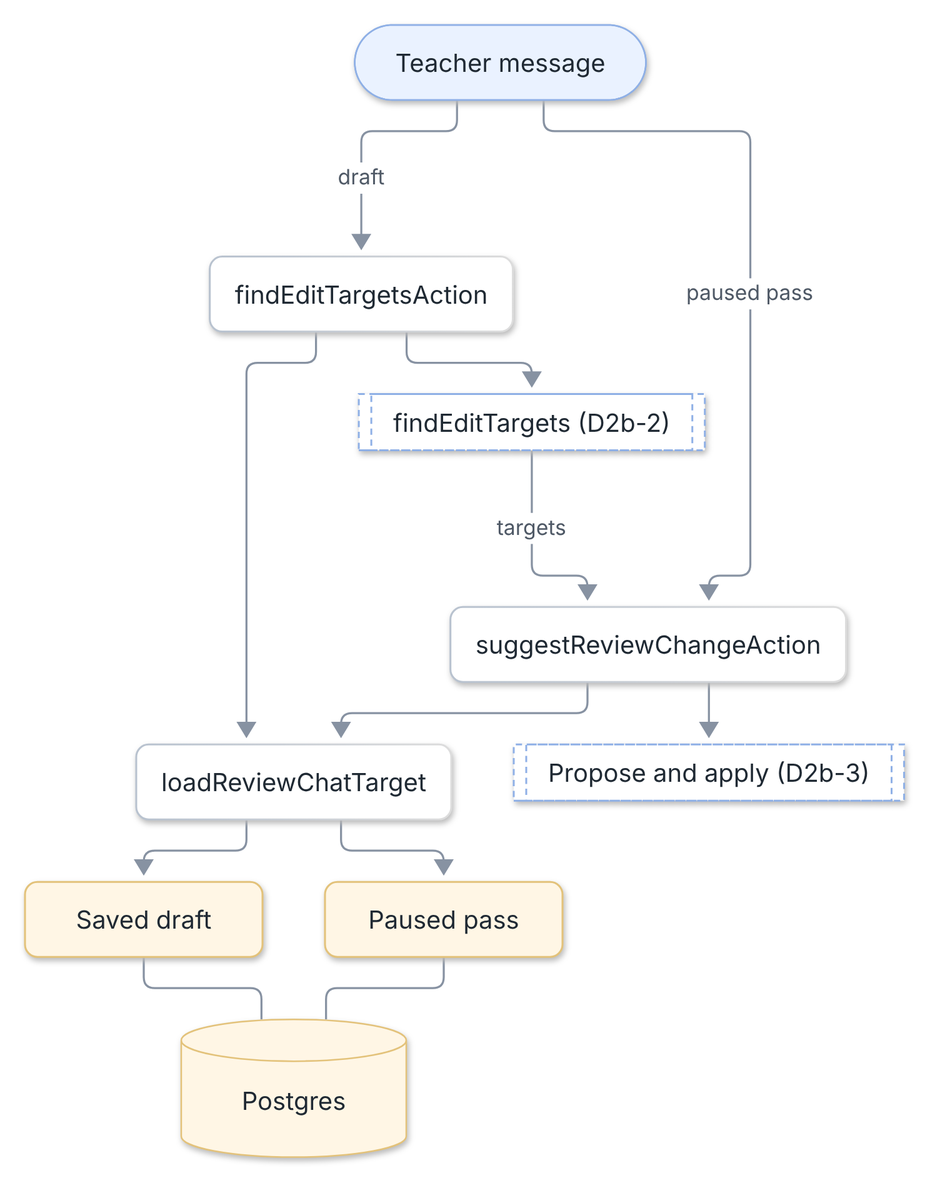
The Mermaid diagram docs/diagrams/png/d2b-1-edit-routing.png in damiancxliew/CS3216_Assignment3, before a commit. Its source is kept beside it as docs/diagrams/d2b-1-edit-routing.mmd.
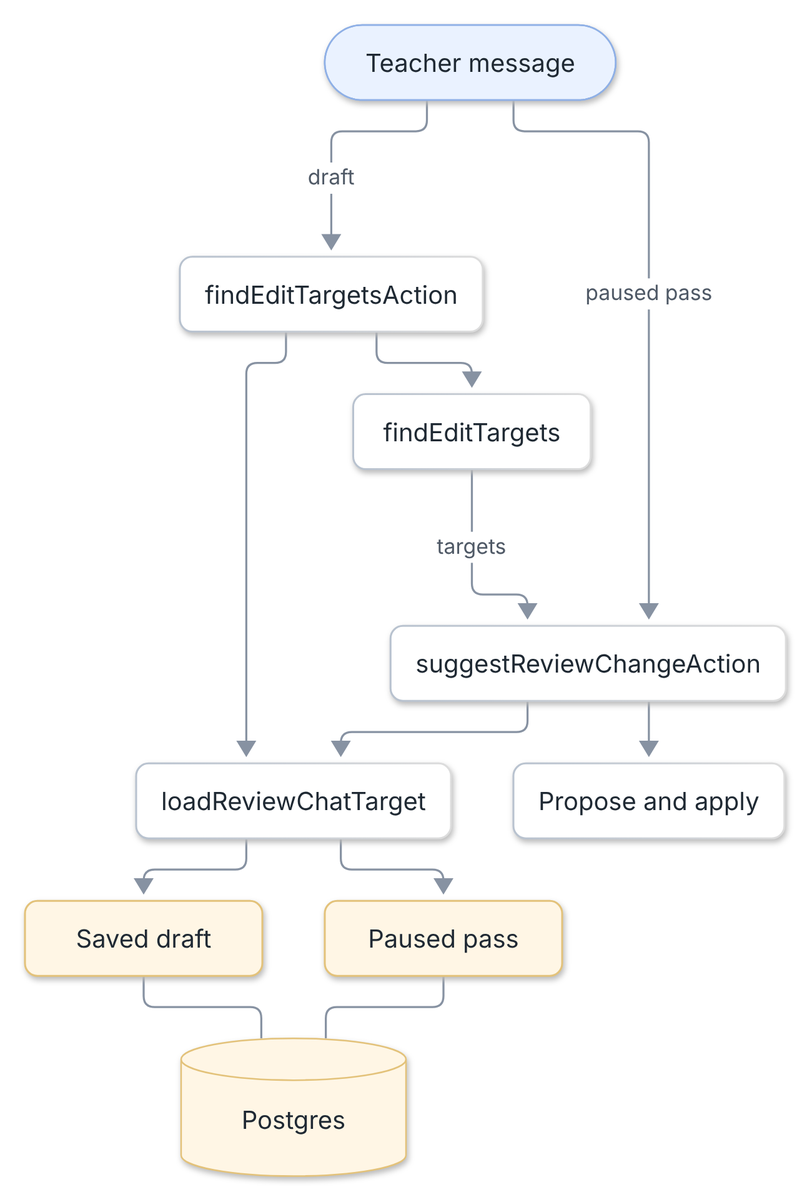
The same diagram one commit later.

Commit message:
docs: drop cross-diagram references from D2 and D2b-1

The edit, as a diff of the source:
```diff
@@ -1,17 +1,15 @@
 flowchart TB
   MSG(["Teacher message"])
   MSG -->|draft| FA["findEditTargetsAction"]
-  FA --> FET[["findEditTargets (D2b-2)"]]
+  FA --> FET["findEditTargets"]
   FET -->|targets| SUG
   MSG -->|"paused pass"| SUG["suggestReviewChangeAction"]
   FA & SUG --> LT["loadReviewChatTarget"]
   LT --> BD["Saved draft"] & BP["Paused pass"]
   BD & BP --- DB[("Postgres")]
-  SUG --> PROP[["Propose and apply (D2b-3)"]]
+  SUG --> PROP["Propose and apply"]
 
   classDef actor fill:#eaf2ff,stroke:#8fb0e6
   classDef store fill:#fff6e5,stroke:#e3c27a
-  classDef xref fill:#ffffff,stroke:#8fb0e6,stroke-dasharray:4 3
   class MSG actor
   class DB,BD,BP store
-  class FET,PROP xref
```
